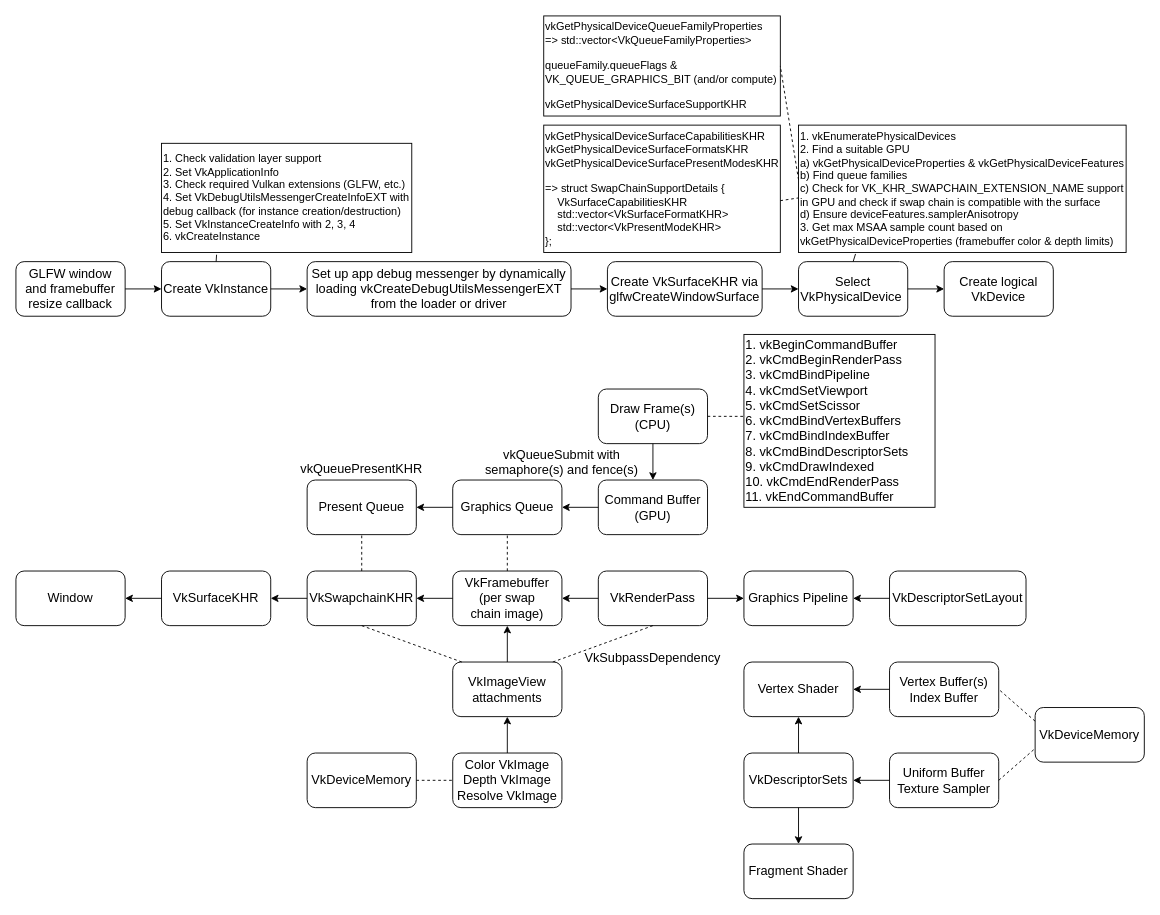
The draw.io diagram Vulkan.drawio in CarlosLaraFP/Vulkan, before the edit. Source tidied: cells renumbered, new cells numbered last; positions are measured from the earlier drawing's top-left corner, leaving out a move shared by most shapes. Both pictures are drawn from the tidied source at 91%, with x=0, y=0 at pixel (15, 15).
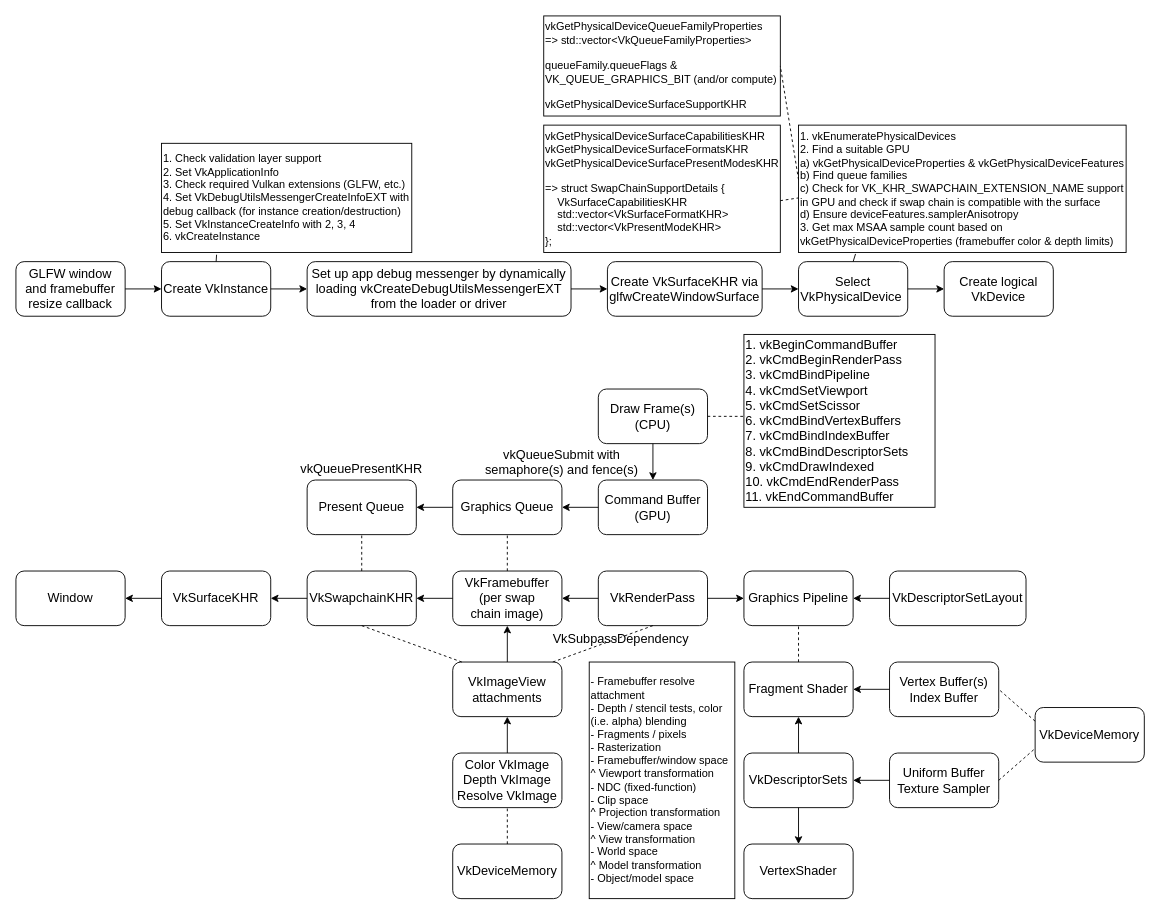
Above is the later version.

Commit message:
Expanded Vulkan flowchart

Unchanged cells that the change refers to:
```xml
<mxCell id="31" value="&lt;div&gt;&lt;span style=&quot;font-size: 14px;&quot;&gt;Color VkImage&lt;/span&gt;&lt;/div&gt;&lt;div&gt;&lt;span style=&quot;font-size: 14px;&quot;&gt;Depth VkImage&lt;/span&gt;&lt;/div&gt;&lt;div&gt;&lt;span style=&quot;font-size: 14px;&quot;&gt;Resolve VkImage&lt;/span&gt;&lt;/div&gt;" style="rounded=1;whiteSpace=wrap;html=1;" parent="1" vertex="1">
  <mxGeometry x="480" y="810" width="120" height="60" as="geometry" />
</mxCell>
<mxCell id="41" value="&lt;div&gt;&lt;span style=&quot;font-size: 14px;&quot;&gt;Graphics Pipeline&lt;/span&gt;&lt;/div&gt;" style="rounded=1;whiteSpace=wrap;html=1;" parent="1" vertex="1">
  <mxGeometry x="800" y="610" width="120" height="60" as="geometry" />
</mxCell>
```

Diff of the diagram source:
```diff
@@
     <mxCell id="33" value="&lt;div&gt;&lt;span style=&quot;font-size: 14px;&quot;&gt;VkDeviceMemory&lt;/span&gt;&lt;/div&gt;" style="rounded=1;whiteSpace=wrap;html=1;" parent="1" vertex="1">
-      <mxGeometry x="320" y="810" width="120" height="60" as="geometry" />
+      <mxGeometry x="480" y="910" width="120" height="60" as="geometry" />
     </mxCell>
-    <mxCell id="34" style="endArrow=none;dashed=1;html=1;rounded=0;exitX=1;exitY=0.5;exitDx=0;exitDy=0;entryX=0;entryY=0.5;entryDx=0;entryDy=0;" parent="1" edge="1" source="33" target="31">
+    <mxCell id="34" style="endArrow=none;dashed=1;html=1;rounded=0;exitX=0.5;exitY=0;exitDx=0;exitDy=0;entryX=0.5;entryY=1;entryDx=0;entryDy=0;" parent="1" edge="1" source="33" target="31">
       <mxGeometry relative="1" as="geometry" />
     </mxCell>
@@
     <mxCell id="45" value="&lt;font style=&quot;font-size: 14px;&quot;&gt;VkSubpassDependency&lt;/font&gt;" style="text;html=1;align=center;verticalAlign=middle;whiteSpace=wrap;rounded=0;" parent="1" vertex="1">
-      <mxGeometry x="615" y="700" width="170" height="10" as="geometry" />
+      <mxGeometry x="580" y="680" width="170" height="10" as="geometry" />
     </mxCell>
@@
-    <mxCell id="64" value="&lt;div&gt;&lt;span style=&quot;font-size: 14px;&quot;&gt;Vertex Shader&lt;/span&gt;&lt;/div&gt;" style="rounded=1;whiteSpace=wrap;html=1;" parent="1" vertex="1">
+    <mxCell id="64" value="&lt;div&gt;&lt;span style=&quot;font-size: 14px;&quot;&gt;Fragment Shader&lt;/span&gt;&lt;/div&gt;" style="rounded=1;whiteSpace=wrap;html=1;" parent="1" vertex="1">
       <mxGeometry x="800" y="710" width="120" height="60" as="geometry" />
     </mxCell>
-    <mxCell id="65" value="&lt;div&gt;&lt;span style=&quot;font-size: 14px;&quot;&gt;Fragment Shader&lt;/span&gt;&lt;/div&gt;" style="rounded=1;whiteSpace=wrap;html=1;" parent="1" vertex="1">
+    <mxCell id="65" value="&lt;div&gt;&lt;span style=&quot;font-size: 14px;&quot;&gt;VertexShader&lt;/span&gt;&lt;/div&gt;" style="rounded=1;whiteSpace=wrap;html=1;" parent="1" vertex="1">
       <mxGeometry x="800" y="910" width="120" height="60" as="geometry" />
     </mxCell>
@@
+    <mxCell id="69" style="endArrow=none;dashed=1;html=1;rounded=0;exitX=0.5;exitY=0;exitDx=0;exitDy=0;entryX=0.5;entryY=1;entryDx=0;entryDy=0;" parent="1" edge="1" source="64" target="41">
+      <mxGeometry relative="1" as="geometry" />
+    </mxCell>
+    <mxCell id="70" value="&lt;div&gt;- Framebuffer resolve attachment&lt;/div&gt;- Depth / stencil tests, color (i.e. alpha) blending&lt;div&gt;- Fragments / pixels&lt;div&gt;- Rasterization&lt;/div&gt;&lt;div&gt;- Framebuffer/window space&lt;/div&gt;&lt;div&gt;^ Viewport transformation&lt;/div&gt;&lt;div&gt;- NDC (fixed-function)&lt;/div&gt;&lt;div&gt;- Clip space&lt;/div&gt;&lt;div&gt;^ Projection transformation&lt;/div&gt;&lt;div&gt;- View/camera space&lt;/div&gt;&lt;div&gt;^ View transformation&lt;/div&gt;&lt;div&gt;- World space&lt;/div&gt;&lt;div&gt;^ Model transformation&lt;/div&gt;&lt;div&gt;- Object/model space&lt;/div&gt;&lt;/div&gt;" style="rounded=0;whiteSpace=wrap;html=1;align=left;" parent="1" vertex="1">
+      <mxGeometry x="630" y="710" width="160" height="260" as="geometry" />
+    </mxCell>
```
